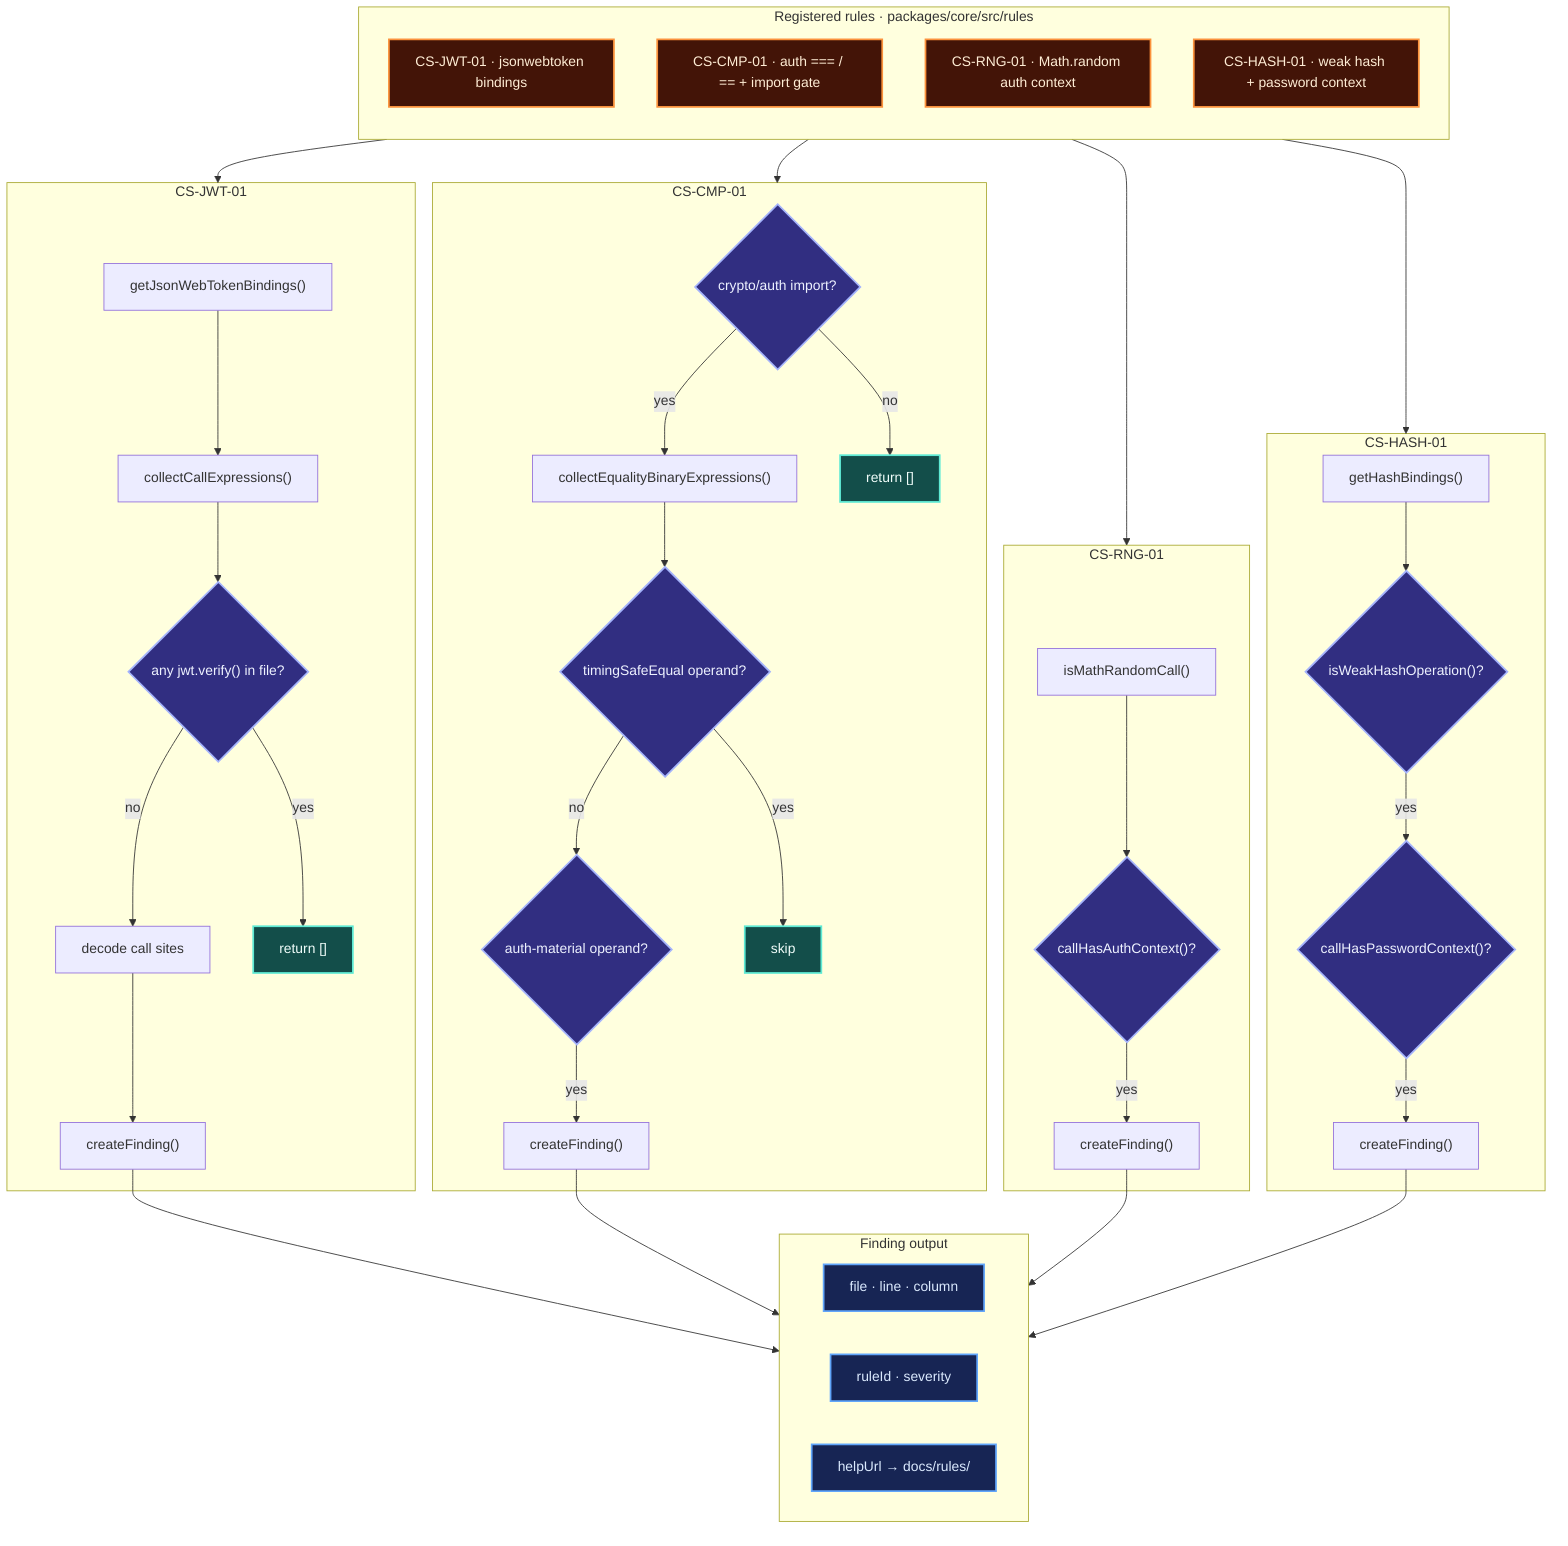
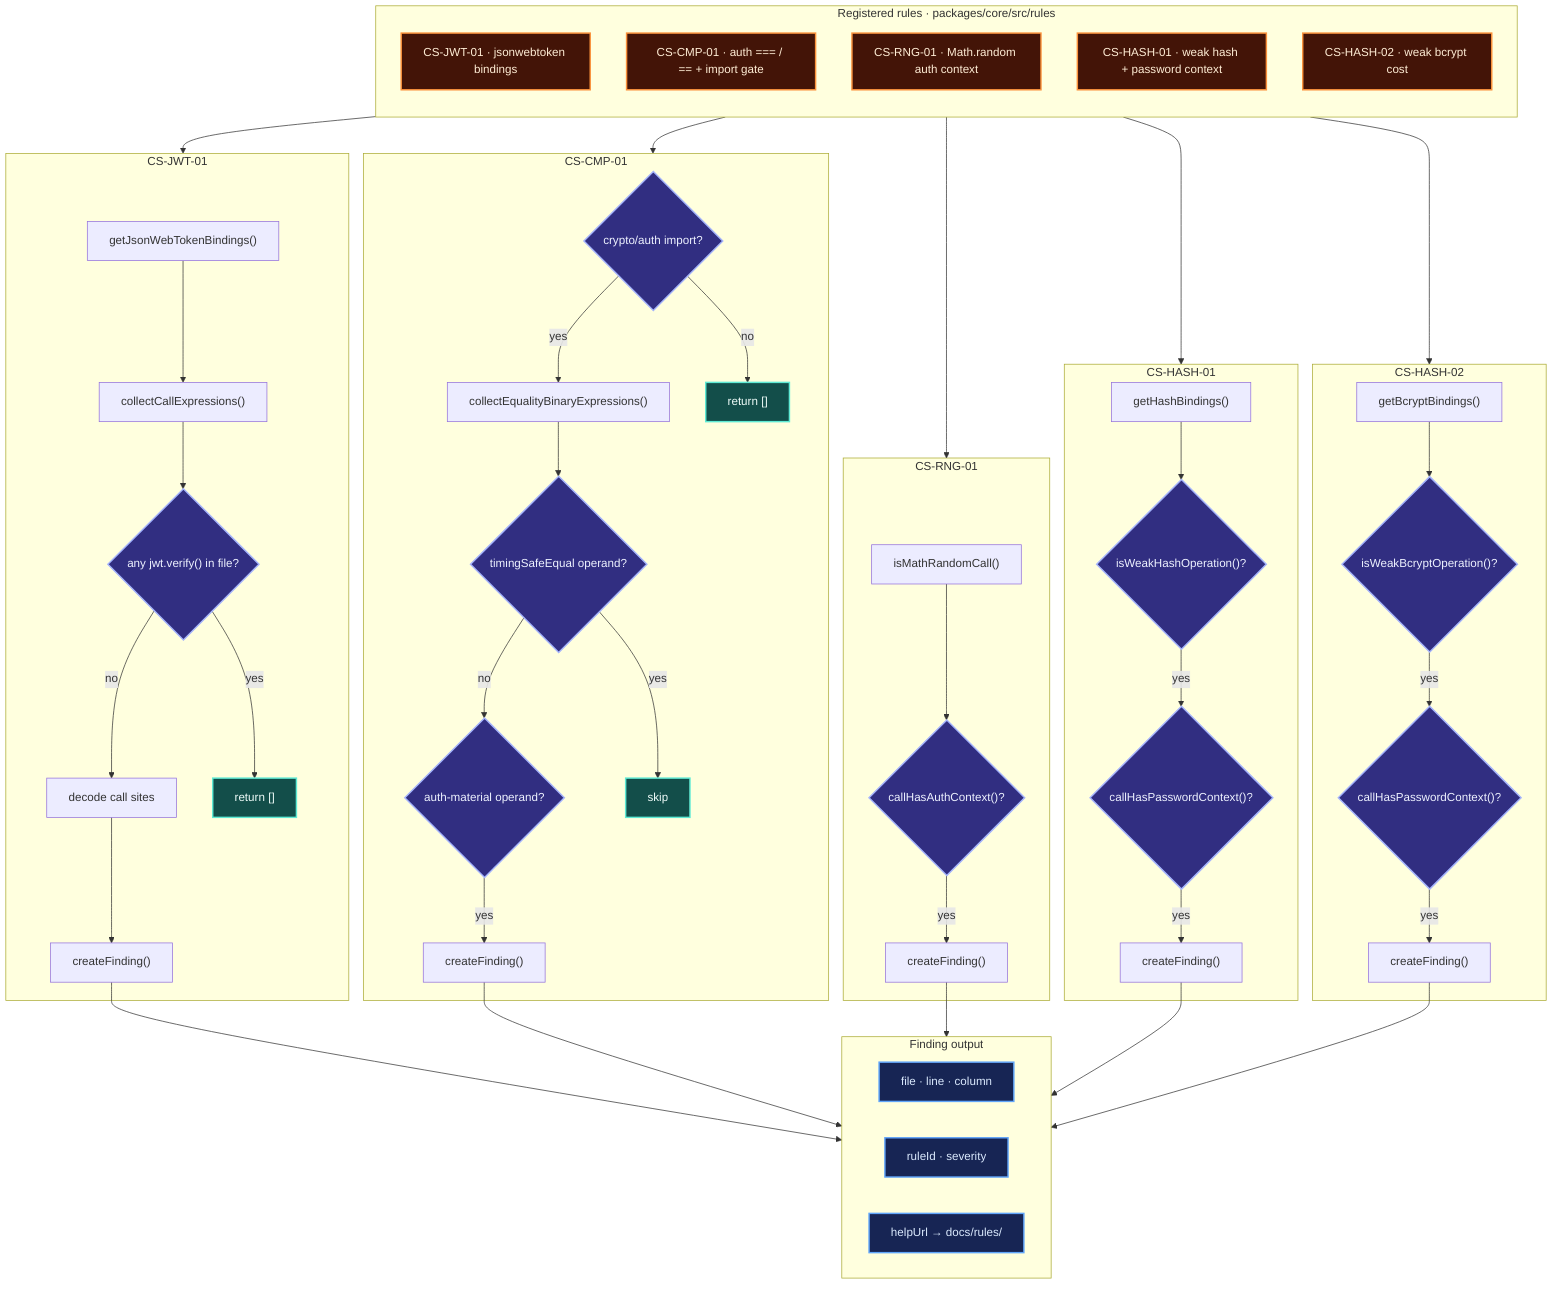
flowchart TB
	subgraph RULES["Registered rules · packages/core/src/rules"]
		direction TB
		JWT["CS-JWT-01 · jsonwebtoken bindings"]
		CMP["CS-CMP-01 · auth === / == + import gate"]
		RNG["CS-RNG-01 · Math.random auth context"]
		HASH["CS-HASH-01 · weak hash + password context"]
+ 		HASH2["CS-HASH-02 · weak bcrypt cost"]
	end

	subgraph JWT_FLOW["CS-JWT-01"]
		BIND["getJsonWebTokenBindings()"]
		WALK["collectCallExpressions()"]
		VERIFY{"any jwt.verify() in file?"}
		DECODE["decode call sites"]
		BIND --> WALK --> VERIFY
		VERIFY -->|yes| JCLEAN["return []"]
		VERIFY -->|no| DECODE --> JFIND["createFinding()"]
	end

	subgraph CMP_FLOW["CS-CMP-01"]
		GATE{"crypto/auth import?"}
		BIN["collectEqualityBinaryExpressions()"]
		AUTH{"auth-material operand?"}
		SAFE{"timingSafeEqual operand?"}
		GATE -->|no| CCLEAN["return []"]
		GATE -->|yes| BIN --> SAFE
		SAFE -->|yes| CSKIP["skip"]
		SAFE -->|no| AUTH -->|yes| CFIND["createFinding()"]
	end

	subgraph RNG_FLOW["CS-RNG-01"]
		MR["isMathRandomCall()"]
		CTX{"callHasAuthContext()?"}
		MR --> CTX
		CTX -->|yes| RFIND["createFinding()"]
	end

	subgraph HASH_FLOW["CS-HASH-01"]
		HBIND["getHashBindings()"]
		WEAK{"isWeakHashOperation()?"}
		PWD{"callHasPasswordContext()?"}
		HBIND --> WEAK
		WEAK -->|yes| PWD
		PWD -->|yes| HFIND["createFinding()"]
	end

+ 	subgraph HASH2_FLOW["CS-HASH-02"]
+ 		BBIND["getBcryptBindings()"]
+ 		COST{"isWeakBcryptOperation()?"}
+ 		PWD2{"callHasPasswordContext()?"}
+ 		BBIND --> COST
+ 		COST -->|yes| PWD2
+ 		PWD2 -->|yes| H2FIND["createFinding()"]
+ 	end
+ 
	subgraph REPORT["Finding output"]
		direction LR
		LOC["file · line · column"]
		MSG["ruleId · severity"]
		DOC["helpUrl → docs/rules/"]
	end

	JWT --> JWT_FLOW
	CMP --> CMP_FLOW
	RNG --> RNG_FLOW
	HASH --> HASH_FLOW
+ 	HASH2 --> HASH2_FLOW
	JFIND --> REPORT
	CFIND --> REPORT
	RFIND --> REPORT
	HFIND --> REPORT
+ 	H2FIND --> REPORT

	classDef rule fill:#431407,stroke:#fb923c,stroke-width:2px,color:#ffedd5
	classDef decision fill:#312e81,stroke:#a5b4fc,stroke-width:2px,color:#eef2ff
	classDef clean fill:#134e4a,stroke:#5eead4,stroke-width:2px,color:#f0fdfa
	classDef report fill:#172554,stroke:#60a5fa,stroke-width:2px,color:#dbeafe

- 	class JWT,CMP,RNG,HASH rule
- 	class VERIFY,GATE,AUTH,SAFE,CTX,WEAK,PWD decision
+ 	class JWT,CMP,RNG,HASH,HASH2 rule
+ 	class VERIFY,GATE,AUTH,SAFE,CTX,WEAK,PWD,COST,PWD2 decision
	class JCLEAN,CCLEAN,CSKIP clean
	class LOC,MSG,DOC report
